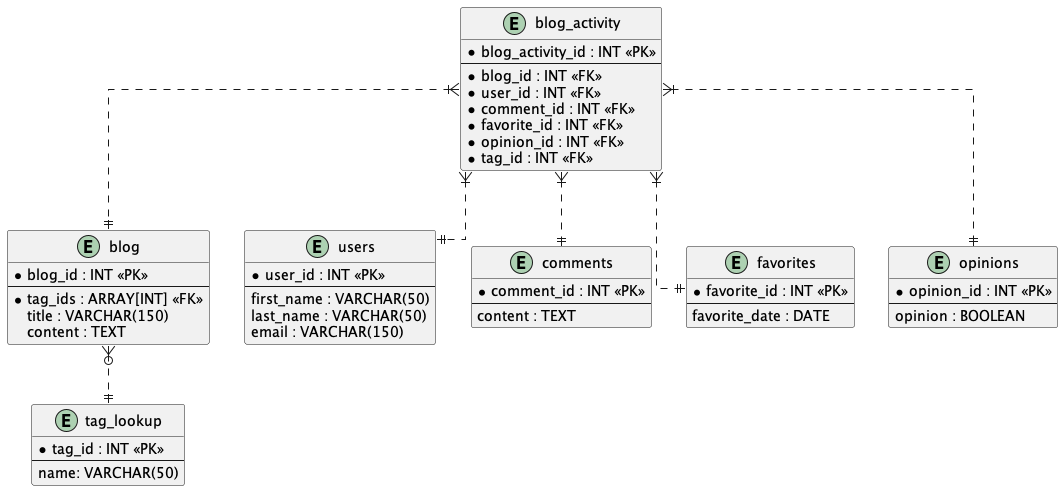
The PlantUML diagram docs/images/blog-dw-db.png in StackZack/blogs-data-pipeline, before a commit. Its diagram source:
```plantuml
@startuml

skinparam linetype ortho

entity "blog_activity" as blog_activity {
  *blog_activity_id : INT <<PK>>
  --
  *blog_id : INT <<FK>>
  *user_id : INT <<FK>>
  *comment_id : INT <<FK>>
  *favorite_id : INT <<FK>>
  *opinion_id : INT <<FK>>
  *tag_id : INT <<FK>>
}

entity "blog" as blog {
  *blog_id : INT <<PK>>
  --
  *tag_ids : ARRAY[INT] <<FK>>
  title : VARCHAR(150)
  content : TEXT
}

entity "users" as users {
  *user_id : INT <<PK>>
  --
  first_name : VARCHAR(50)
  last_name : VARCHAR(50)
  email : VARCHAR(150)
}

entity "comments" as comments {
  *comment_id : INT <<PK>>
  --
  content : TEXT
}

entity "favorites" as favorites {
  *favorite_id : INT <<PK>>
  --
  favorite_date : DATE
}

entity "opinions" as opinions {
  *opinion_id : INT <<PK>>
  --
  opinion : BOOLEAN
}

entity "tag_lookup" as tag_lookup {
  *tag_id : INT <<PK>>
  --
  name: VARCHAR(50)
}

blog_activity }|..|| users
blog_activity }|..|| blog
blog_activity }|..|| comments
blog_activity }|..|| favorites
blog_activity }|..|| opinions
blog }o..|| tag_lookup

@enduml
```
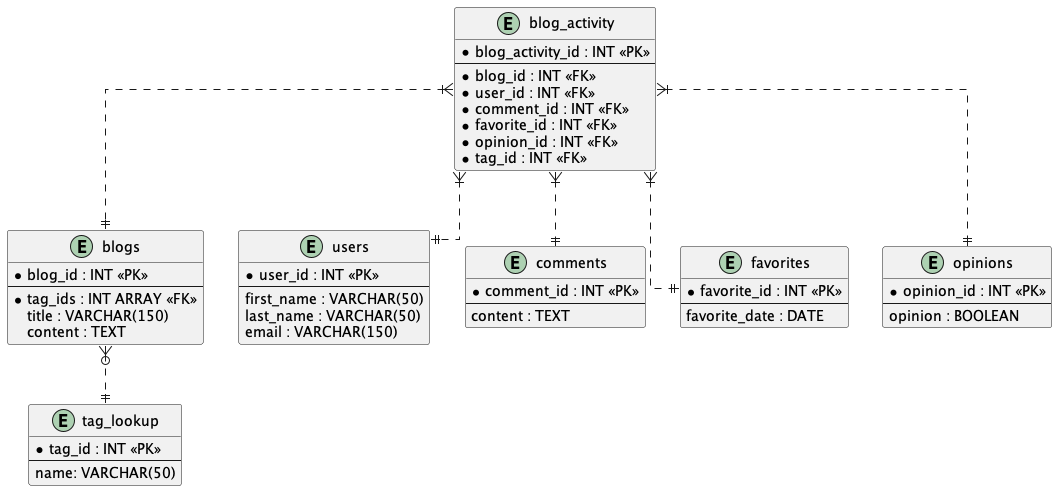
The same file after the commit.

Change to the diagram source:
```diff
@@ -13,10 +13,10 @@
   *tag_id : INT <<FK>>
 }
 
-entity "blog" as blog {
+entity "blogs" as blogs {
   *blog_id : INT <<PK>>
   --
-  *tag_ids : ARRAY[INT] <<FK>>
+  *tag_ids : INT ARRAY <<FK>>
   title : VARCHAR(150)
   content : TEXT
 }
@@ -54,10 +54,10 @@
 }
 
 blog_activity }|..|| users
-blog_activity }|..|| blog
+blog_activity }|..|| blogs
 blog_activity }|..|| comments
 blog_activity }|..|| favorites
 blog_activity }|..|| opinions
-blog }o..|| tag_lookup
+blogs }o..|| tag_lookup
 
 @enduml
```
